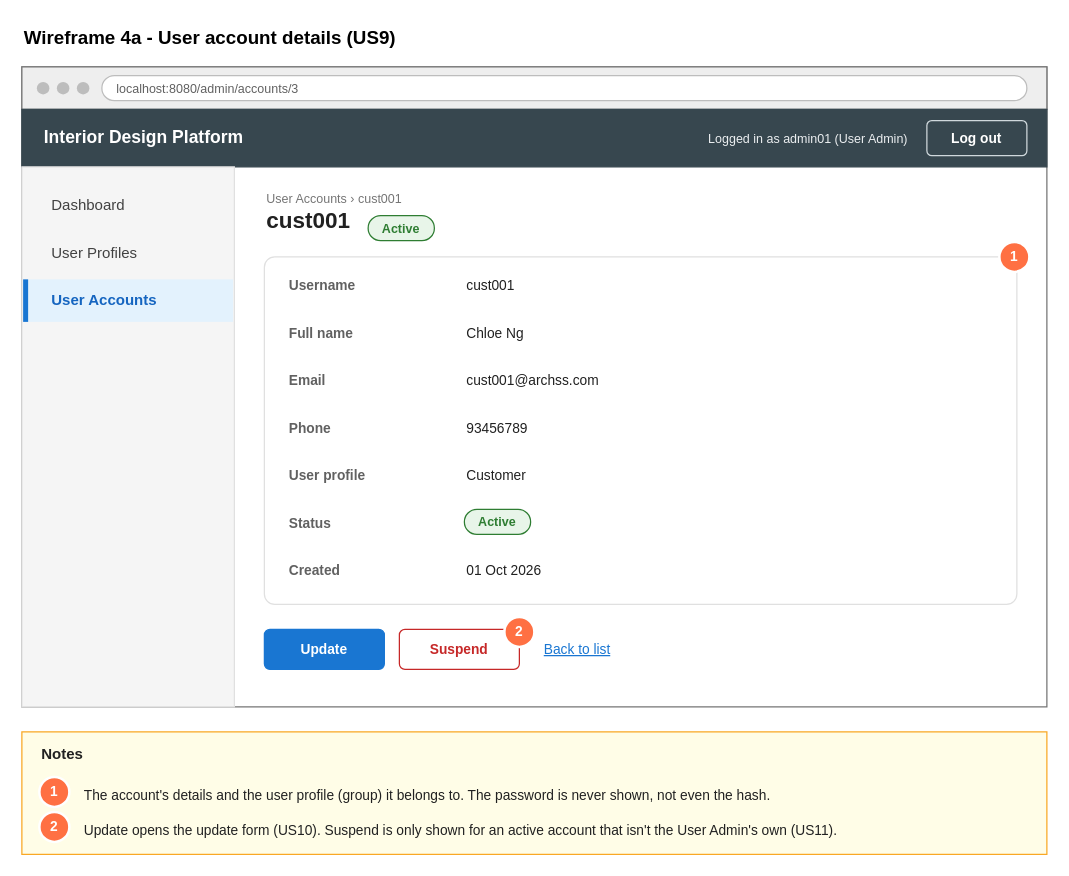
Hanzxc/CSIT314-ARCHSS keeps this draw.io diagram as page "4a Wireframe - User account details" (2 of 5) of Sprint_1/US9 - View User Account/US9 View user account.drawio. Above is the earlier version. Source tidied: cells renumbered, new cells numbered last; positions are measured from the earlier drawing's top-left corner, leaving out a move shared by most shapes. Both pictures are drawn from the tidied source at 125%, with x=0, y=0 at pixel (21, 21).
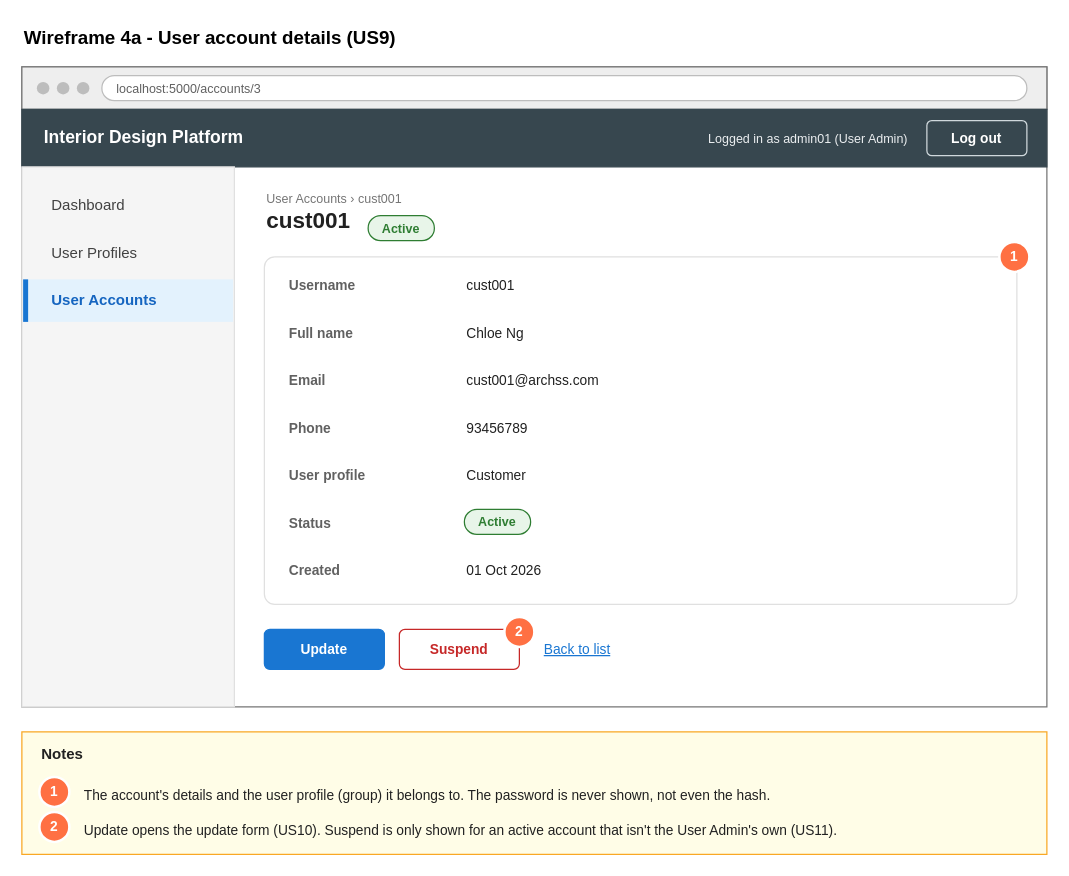
The same diagram, later.

Diff of the diagram source:
```diff
@@
-    <mxCell id="8" value="localhost:8080/admin/accounts/3" style="rounded=1;whiteSpace=wrap;html=1;fillColor=#FFFFFF;strokeColor=#BDBDBD;fontSize=10;fontColor=#616161;align=left;spacingLeft=10;arcSize=50;" parent="1" vertex="1">
+    <mxCell id="8" value="localhost:5000/accounts/3" style="rounded=1;whiteSpace=wrap;html=1;fillColor=#FFFFFF;strokeColor=#BDBDBD;fontSize=10;fontColor=#616161;align=left;spacingLeft=10;arcSize=50;" parent="1" vertex="1">
       <mxGeometry x="64" y="43" width="740" height="20" as="geometry" />
     </mxCell>
```
